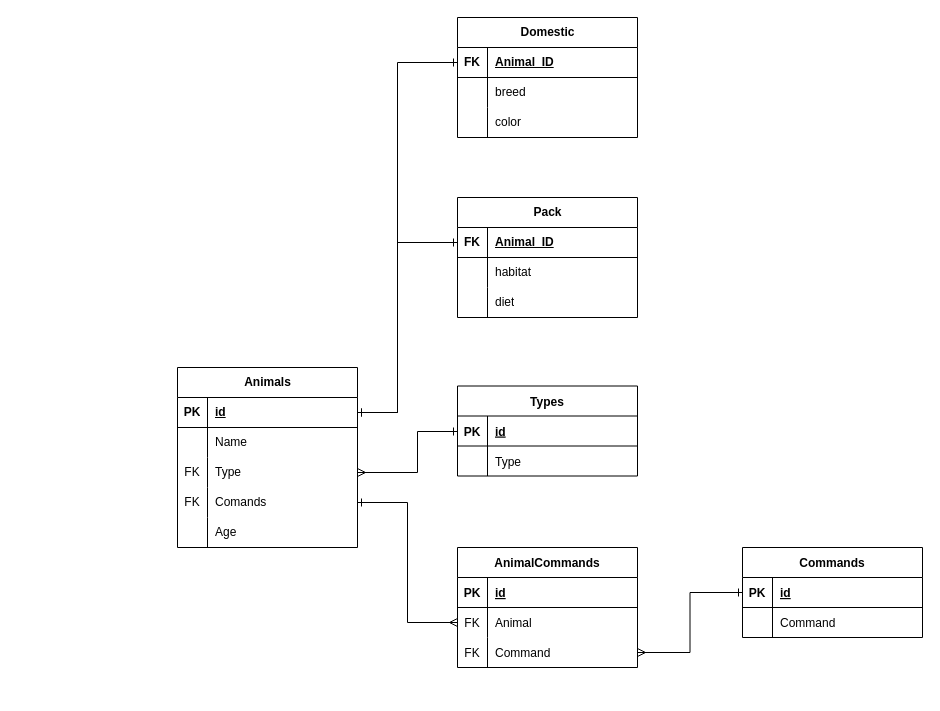
Before: DataBase_scheme.drawio in AllIWantAreNotAvailable/GeekBrains_FinalAttestationOfTheSpecializationBlock, a draw.io diagram. Source tidied: cells renumbered, new cells numbered last; positions are measured from the earlier drawing's top-left corner, leaving out a move shared by most shapes. Both pictures are drawn from the tidied source at 100%, with x=0, y=0 at pixel (177, 17).
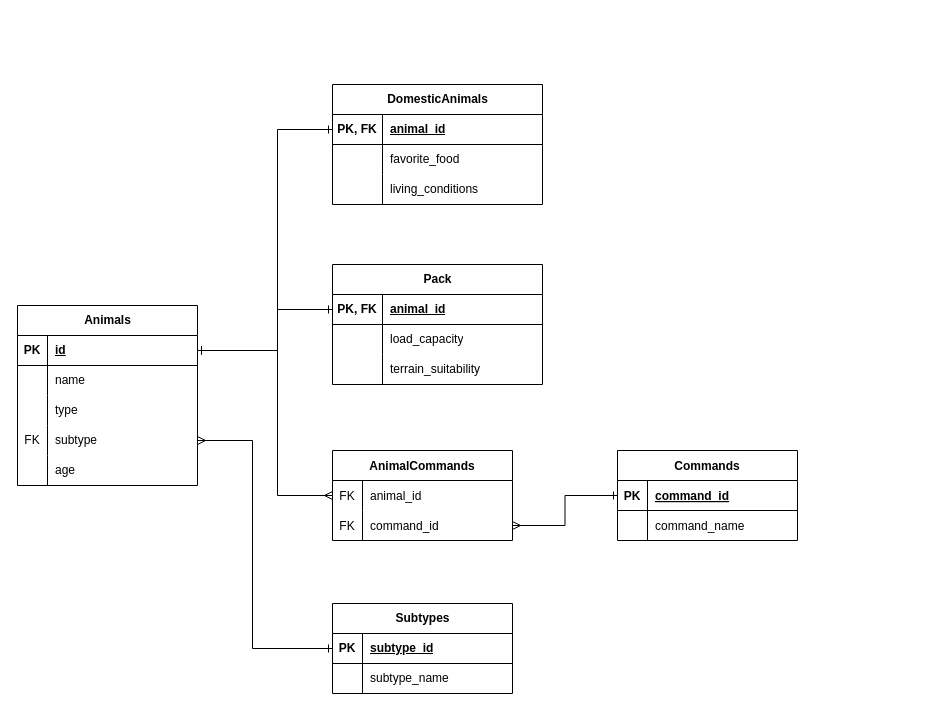
After the change.

Unchanged cells that the change refers to:
```xml
<mxCell id="23" style="shape=tableRow;horizontal=0;startSize=0;swimlaneHead=0;swimlaneBody=0;fillColor=none;points=[[0,0.5],[1,0.5]];portConstraint=eastwest;top=0;left=0;right=0;bottom=1;" parent="22" vertex="1">
  <mxGeometry y="30" width="180" height="30" as="geometry" />
</mxCell>
<mxCell id="26" style="shape=tableRow;horizontal=0;startSize=0;swimlaneHead=0;swimlaneBody=0;fillColor=none;top=0;left=0;right=0;bottom=0;" parent="22" vertex="1">
  <mxGeometry y="60" width="180" height="30" as="geometry" />
</mxCell>
<mxCell id="29" style="shape=tableRow;horizontal=0;startSize=0;swimlaneHead=0;swimlaneBody=0;fillColor=none;points=[[0,0.5],[1,0.5]];portConstraint=eastwest;top=0;left=0;right=0;bottom=0;" parent="22" vertex="1">
  <mxGeometry y="90" width="180" height="30" as="geometry" />
</mxCell>
<mxCell id="32" style="shape=tableRow;horizontal=0;startSize=0;swimlaneHead=0;swimlaneBody=0;fillColor=none;points=[[0,0.5],[1,0.5]];portConstraint=eastwest;top=0;left=0;right=0;bottom=0;" parent="22" vertex="1">
  <mxGeometry y="120" width="180" height="30" as="geometry" />
</mxCell>
<mxCell id="35" style="shape=tableRow;horizontal=0;startSize=0;swimlaneHead=0;swimlaneBody=0;fillColor=none;top=0;left=0;right=0;bottom=0;" parent="22" vertex="1">
  <mxGeometry y="150" width="180" height="30" as="geometry" />
</mxCell>
<mxCell id="60" style="shape=tableRow;horizontal=0;startSize=0;swimlaneHead=0;swimlaneBody=0;fillColor=none;points=[[0,0.5],[1,0.5]];portConstraint=eastwest;top=0;left=0;right=0;bottom=1;" parent="59" vertex="1">
  <mxGeometry y="30" width="180" height="30" as="geometry" />
</mxCell>
<mxCell id="63" style="shape=tableRow;horizontal=0;startSize=0;swimlaneHead=0;swimlaneBody=0;fillColor=none;top=0;left=0;right=0;bottom=0;" parent="59" vertex="1">
  <mxGeometry y="60" width="180" height="30" as="geometry" />
</mxCell>
```

What changed in the source:
```diff
@@
-    <mxCell id="2" value="Domestic" style="shape=table;startSize=30;childLayout=tableLayout;rowLines=0;fontStyle=1;align=center;html=1;" parent="1" vertex="1">
-      <mxGeometry x="280" width="180" height="120" as="geometry" />
+    <mxCell id="2" value="DomesticAnimals" style="shape=table;startSize=30;childLayout=tableLayout;rowLines=0;fontStyle=1;align=center;html=1;" parent="1" vertex="1">
+      <mxGeometry x="155" y="67" width="210" height="120" as="geometry" />
     </mxCell>
     <mxCell id="3" style="shape=tableRow;horizontal=0;startSize=0;swimlaneHead=0;swimlaneBody=0;fillColor=none;points=[[0,0.5],[1,0.5]];portConstraint=eastwest;top=0;left=0;right=0;bottom=1;" parent="2" vertex="1">
-      <mxGeometry y="30" width="180" height="30" as="geometry" />
+      <mxGeometry y="30" width="210" height="30" as="geometry" />
     </mxCell>
-    <mxCell id="4" value="FK" style="shape=partialRectangle;fillColor=none;top=0;left=0;bottom=0;right=0;fontStyle=1;overflow=hidden;whiteSpace=wrap;html=1;" parent="3" vertex="1">
-      <mxGeometry width="30" height="30" as="geometry" />
+    <mxCell id="4" value="PK, FK" style="shape=partialRectangle;fillColor=none;top=0;left=0;bottom=0;right=0;fontStyle=1;overflow=hidden;whiteSpace=wrap;html=1;" parent="3" vertex="1">
+      <mxGeometry width="50" height="30" as="geometry" />
     </mxCell>
-    <mxCell id="5" value="Animal_ID" style="shape=partialRectangle;fillColor=none;top=0;left=0;bottom=0;right=0;align=left;spacingLeft=6;fontStyle=5;overflow=hidden;whiteSpace=wrap;html=1;" parent="3" vertex="1">
-      <mxGeometry x="30" width="150" height="30" as="geometry" />
+    <mxCell id="5" value="animal_id" style="shape=partialRectangle;fillColor=none;top=0;left=0;bottom=0;right=0;align=left;spacingLeft=6;fontStyle=5;overflow=hidden;whiteSpace=wrap;html=1;" parent="3" vertex="1">
+      <mxGeometry x="50" width="160" height="30" as="geometry" />
     </mxCell>
     <mxCell id="6" style="shape=tableRow;horizontal=0;startSize=0;swimlaneHead=0;swimlaneBody=0;fillColor=none;top=0;left=0;right=0;bottom=0;" parent="2" vertex="1">
-      <mxGeometry y="60" width="180" height="30" as="geometry" />
+      <mxGeometry y="60" width="210" height="30" as="geometry" />
     </mxCell>
     <mxCell id="7" style="shape=partialRectangle;fillColor=none;top=0;left=0;bottom=0;right=0;overflow=hidden;whiteSpace=wrap;html=1;" parent="6" vertex="1">
-      <mxGeometry width="30" height="30" as="geometry" />
+      <mxGeometry width="50" height="30" as="geometry" />
     </mxCell>
-    <mxCell id="8" value="breed" style="shape=partialRectangle;fillColor=none;top=0;left=0;bottom=0;right=0;align=left;spacingLeft=6;overflow=hidden;whiteSpace=wrap;html=1;" parent="6" vertex="1">
-      <mxGeometry x="30" width="150" height="30" as="geometry" />
+    <mxCell id="8" value="favorite_food" style="shape=partialRectangle;fillColor=none;top=0;left=0;bottom=0;right=0;align=left;spacingLeft=6;overflow=hidden;whiteSpace=wrap;html=1;" parent="6" vertex="1">
+      <mxGeometry x="50" width="160" height="30" as="geometry" />
     </mxCell>
     <mxCell id="9" style="shape=tableRow;horizontal=0;startSize=0;swimlaneHead=0;swimlaneBody=0;fillColor=none;top=0;left=0;right=0;bottom=0;" parent="2" vertex="1">
-      <mxGeometry y="90" width="180" height="30" as="geometry" />
+      <mxGeometry y="90" width="210" height="30" as="geometry" />
     </mxCell>
     <mxCell id="10" style="shape=partialRectangle;fillColor=none;top=0;left=0;bottom=0;right=0;overflow=hidden;whiteSpace=wrap;html=1;" parent="9" vertex="1">
-      <mxGeometry width="30" height="30" as="geometry" />
+      <mxGeometry width="50" height="30" as="geometry" />
     </mxCell>
-    <mxCell id="11" value="color" style="shape=partialRectangle;fillColor=none;top=0;left=0;bottom=0;right=0;align=left;spacingLeft=6;overflow=hidden;whiteSpace=wrap;html=1;" parent="9" vertex="1">
-      <mxGeometry x="30" width="150" height="30" as="geometry" />
+    <mxCell id="11" value="living_conditions" style="shape=partialRectangle;fillColor=none;top=0;left=0;bottom=0;right=0;align=left;spacingLeft=6;overflow=hidden;whiteSpace=wrap;html=1;" parent="9" vertex="1">
+      <mxGeometry x="50" width="160" height="30" as="geometry" />
     </mxCell>
     <mxCell id="12" value="Pack" style="shape=table;startSize=30;childLayout=tableLayout;rowLines=0;fontStyle=1;align=center;html=1;" parent="1" vertex="1">
-      <mxGeometry x="280" y="180" width="180" height="120" as="geometry" />
+      <mxGeometry x="155" y="247" width="210" height="120" as="geometry" />
     </mxCell>
     <mxCell id="13" style="shape=tableRow;horizontal=0;startSize=0;swimlaneHead=0;swimlaneBody=0;fillColor=none;points=[[0,0.5],[1,0.5]];portConstraint=eastwest;top=0;left=0;right=0;bottom=1;" parent="12" vertex="1">
-      <mxGeometry y="30" width="180" height="30" as="geometry" />
+      <mxGeometry y="30" width="210" height="30" as="geometry" />
     </mxCell>
-    <mxCell id="14" value="FK" style="shape=partialRectangle;fillColor=none;top=0;left=0;bottom=0;right=0;fontStyle=1;overflow=hidden;whiteSpace=wrap;html=1;" parent="13" vertex="1">
-      <mxGeometry width="30" height="30" as="geometry" />
+    <mxCell id="14" value="PK, FK" style="shape=partialRectangle;fillColor=none;top=0;left=0;bottom=0;right=0;fontStyle=1;overflow=hidden;whiteSpace=wrap;html=1;" parent="13" vertex="1">
+      <mxGeometry width="50" height="30" as="geometry" />
     </mxCell>
-    <mxCell id="15" value="Animal_ID" style="shape=partialRectangle;fillColor=none;top=0;left=0;bottom=0;right=0;align=left;spacingLeft=6;fontStyle=5;overflow=hidden;whiteSpace=wrap;html=1;" parent="13" vertex="1">
-      <mxGeometry x="30" width="150" height="30" as="geometry" />
+    <mxCell id="15" value="animal_id" style="shape=partialRectangle;fillColor=none;top=0;left=0;bottom=0;right=0;align=left;spacingLeft=6;fontStyle=5;overflow=hidden;whiteSpace=wrap;html=1;" parent="13" vertex="1">
+      <mxGeometry x="50" width="160" height="30" as="geometry" />
     </mxCell>
     <mxCell id="16" style="shape=tableRow;horizontal=0;startSize=0;swimlaneHead=0;swimlaneBody=0;fillColor=none;top=0;left=0;right=0;bottom=0;" parent="12" vertex="1">
-      <mxGeometry y="60" width="180" height="30" as="geometry" />
+      <mxGeometry y="60" width="210" height="30" as="geometry" />
     </mxCell>
     <mxCell id="17" style="shape=partialRectangle;fillColor=none;top=0;left=0;bottom=0;right=0;overflow=hidden;whiteSpace=wrap;html=1;" parent="16" vertex="1">
-      <mxGeometry width="30" height="30" as="geometry" />
+      <mxGeometry width="50" height="30" as="geometry" />
     </mxCell>
-    <mxCell id="18" value="habitat" style="shape=partialRectangle;fillColor=none;top=0;left=0;bottom=0;right=0;align=left;spacingLeft=6;overflow=hidden;whiteSpace=wrap;html=1;" parent="16" vertex="1">
-      <mxGeometry x="30" width="150" height="30" as="geometry" />
+    <mxCell id="18" value="load_capacity" style="shape=partialRectangle;fillColor=none;top=0;left=0;bottom=0;right=0;align=left;spacingLeft=6;overflow=hidden;whiteSpace=wrap;html=1;" parent="16" vertex="1">
+      <mxGeometry x="50" width="160" height="30" as="geometry" />
     </mxCell>
     <mxCell id="19" style="shape=tableRow;horizontal=0;startSize=0;swimlaneHead=0;swimlaneBody=0;fillColor=none;top=0;left=0;right=0;bottom=0;" parent="12" vertex="1">
-      <mxGeometry y="90" width="180" height="30" as="geometry" />
+      <mxGeometry y="90" width="210" height="30" as="geometry" />
     </mxCell>
     <mxCell id="20" style="shape=partialRectangle;fillColor=none;top=0;left=0;bottom=0;right=0;overflow=hidden;whiteSpace=wrap;html=1;" parent="19" vertex="1">
-      <mxGeometry width="30" height="30" as="geometry" />
+      <mxGeometry width="50" height="30" as="geometry" />
     </mxCell>
-    <mxCell id="21" value="diet" style="shape=partialRectangle;fillColor=none;top=0;left=0;bottom=0;right=0;align=left;spacingLeft=6;overflow=hidden;whiteSpace=wrap;html=1;" parent="19" vertex="1">
-      <mxGeometry x="30" width="150" height="30" as="geometry" />
+    <mxCell id="21" value="terrain_suitability" style="shape=partialRectangle;fillColor=none;top=0;left=0;bottom=0;right=0;align=left;spacingLeft=6;overflow=hidden;whiteSpace=wrap;html=1;" parent="19" vertex="1">
+      <mxGeometry x="50" width="160" height="30" as="geometry" />
     </mxCell>
     <mxCell id="22" value="Animals" style="shape=table;startSize=30;childLayout=tableLayout;rowLines=0;fontStyle=1;align=center;html=1;" parent="1" vertex="1">
-      <mxGeometry y="350" width="180" height="180" as="geometry" />
+      <mxGeometry x="-160" y="288" width="180" height="180" as="geometry" />
     </mxCell>
@@
-    <mxCell id="28" value="Name" style="shape=partialRectangle;fillColor=none;top=0;left=0;bottom=0;right=0;align=left;spacingLeft=6;overflow=hidden;whiteSpace=wrap;html=1;" parent="26" vertex="1">
+    <mxCell id="28" value="name" style="shape=partialRectangle;fillColor=none;top=0;left=0;bottom=0;right=0;align=left;spacingLeft=6;overflow=hidden;whiteSpace=wrap;html=1;" parent="26" vertex="1">
       <mxGeometry x="30" width="150" height="30" as="geometry" />
     </mxCell>
@@
-    <mxCell id="30" value="FK" style="shape=partialRectangle;fillColor=none;top=0;left=0;bottom=0;right=0;overflow=hidden;whiteSpace=wrap;html=1;" parent="29" vertex="1">
+    <mxCell id="30" style="shape=partialRectangle;fillColor=none;top=0;left=0;bottom=0;right=0;overflow=hidden;whiteSpace=wrap;html=1;" parent="29" vertex="1">
       <mxGeometry width="30" height="30" as="geometry" />
     </mxCell>
-    <mxCell id="31" value="Type" style="shape=partialRectangle;fillColor=none;top=0;left=0;bottom=0;right=0;align=left;spacingLeft=6;overflow=hidden;whiteSpace=wrap;html=1;" parent="29" vertex="1">
+    <mxCell id="31" value="type" style="shape=partialRectangle;fillColor=none;top=0;left=0;bottom=0;right=0;align=left;spacingLeft=6;overflow=hidden;whiteSpace=wrap;html=1;" parent="29" vertex="1">
       <mxGeometry x="30" width="150" height="30" as="geometry" />
     </mxCell>
@@
-    <mxCell id="34" value="Comands" style="shape=partialRectangle;fillColor=none;top=0;left=0;bottom=0;right=0;align=left;spacingLeft=6;overflow=hidden;whiteSpace=wrap;html=1;" parent="32" vertex="1">
-      <mxGeometry x="30" width="150" height="30" as="geometry" />
-    </mxCell>
+    <mxCell id="67" value="subtype" style="shape=partialRectangle;fillColor=none;top=0;left=0;bottom=0;right=0;align=left;spacingLeft=6;overflow=hidden;whiteSpace=wrap;html=1;" parent="32" vertex="1">
+      <mxGeometry x="30" width="150" height="30" as="geometry" />
+    </mxCell>
@@
-    <mxCell id="37" value="Age" style="shape=partialRectangle;fillColor=none;top=0;left=0;bottom=0;right=0;align=left;spacingLeft=6;overflow=hidden;whiteSpace=wrap;html=1;" parent="35" vertex="1">
+    <mxCell id="37" value="age" style="shape=partialRectangle;fillColor=none;top=0;left=0;bottom=0;right=0;align=left;spacingLeft=6;overflow=hidden;whiteSpace=wrap;html=1;" parent="35" vertex="1">
       <mxGeometry x="30" width="150" height="30" as="geometry" />
     </mxCell>
-    <mxCell id="38" value="Types" style="shape=table;startSize=30;childLayout=tableLayout;rowLines=0;fontStyle=1;align=center;" parent="1" vertex="1">
-      <mxGeometry x="280" y="368.5" width="180" height="90" as="geometry" />
-    </mxCell>
-    <mxCell id="39" style="shape=tableRow;horizontal=0;startSize=0;swimlaneHead=0;swimlaneBody=0;fillColor=none;points=[[0,0.5],[1,0.5]];portConstraint=eastwest;top=0;left=0;right=0;bottom=1;" parent="38" vertex="1">
-      <mxGeometry y="30" width="180" height="30" as="geometry" />
-    </mxCell>
-    <mxCell id="40" value="PK" style="shape=partialRectangle;fillColor=none;top=0;left=0;bottom=0;right=0;fontStyle=1;overflow=hidden;" parent="39" vertex="1">
-      <mxGeometry width="30" height="30" as="geometry" />
-    </mxCell>
-    <mxCell id="41" value="id" style="shape=partialRectangle;fillColor=none;top=0;left=0;bottom=0;right=0;align=left;spacingLeft=6;fontStyle=5;overflow=hidden;" parent="39" vertex="1">
-      <mxGeometry x="30" width="150" height="30" as="geometry" />
-    </mxCell>
-    <mxCell id="42" style="shape=tableRow;horizontal=0;startSize=0;swimlaneHead=0;swimlaneBody=0;fillColor=none;top=0;left=0;right=0;bottom=0;" parent="38" vertex="1">
-      <mxGeometry y="60" width="180" height="30" as="geometry" />
-    </mxCell>
-    <mxCell id="43" style="shape=partialRectangle;fillColor=none;top=0;left=0;bottom=0;right=0;overflow=hidden;" parent="42" vertex="1">
-      <mxGeometry width="30" height="30" as="geometry" />
-    </mxCell>
-    <mxCell id="44" value="Type" style="shape=partialRectangle;fillColor=none;top=0;left=0;bottom=0;right=0;align=left;spacingLeft=6;overflow=hidden;" parent="42" vertex="1">
-      <mxGeometry x="30" width="150" height="30" as="geometry" />
-    </mxCell>
-    <mxCell id="45" style="edgeStyle=orthogonalEdgeStyle;rounded=0;jettySize=auto;html=1;endArrow=ERone;endFill=0;startArrow=ERmany;startFill=0;" parent="1" edge="1" source="29" target="39">
-      <mxGeometry relative="1" as="geometry">
-        <Array as="points">
-          <mxPoint x="240" y="455" />
-          <mxPoint x="240" y="414" />
-        </Array>
-      </mxGeometry>
-    </mxCell>
-    <mxCell id="46" style="edgeStyle=orthogonalEdgeStyle;rounded=0;jettySize=auto;html=1;entryX=0;entryY=0.5;entryDx=0;entryDy=0;startArrow=ERone;startFill=0;endArrow=ERone;endFill=0;" parent="1" edge="1" source="23" target="3">
+    <mxCell id="46" style="edgeStyle=orthogonalEdgeStyle;rounded=0;jettySize=auto;html=1;entryX=0;entryY=0.5;entryDx=0;entryDy=0;startArrow=ERone;startFill=0;endArrow=ERone;endFill=0;exitX=1;exitY=0.5;exitDx=0;exitDy=0;" parent="1" edge="1" source="23" target="3">
       <mxGeometry relative="1" as="geometry">
         <Array as="points">
-          <mxPoint x="220" y="395" />
-          <mxPoint x="220" y="45" />
+          <mxPoint x="20" y="333" />
+          <mxPoint x="100" y="333" />
+          <mxPoint x="100" y="112" />
         </Array>
       </mxGeometry>
     </mxCell>
-    <mxCell id="47" style="edgeStyle=orthogonalEdgeStyle;rounded=0;jettySize=auto;html=1;entryX=0;entryY=0.5;entryDx=0;entryDy=0;startArrow=ERone;startFill=0;endArrow=ERone;endFill=0;" parent="1" edge="1" source="23" target="13">
+    <mxCell id="47" style="edgeStyle=orthogonalEdgeStyle;rounded=0;jettySize=auto;html=1;entryX=0;entryY=0.5;entryDx=0;entryDy=0;startArrow=ERone;startFill=0;endArrow=ERone;endFill=0;exitX=1;exitY=0.5;exitDx=0;exitDy=0;" parent="1" edge="1" source="23" target="13">
       <mxGeometry relative="1" as="geometry">
         <Array as="points">
-          <mxPoint x="220" y="395" />
-          <mxPoint x="220" y="225" />
+          <mxPoint x="20" y="333" />
+          <mxPoint x="100" y="333" />
+          <mxPoint x="100" y="292" />
         </Array>
       </mxGeometry>
     </mxCell>
     <mxCell id="48" value="AnimalCommands" style="shape=table;startSize=30;childLayout=tableLayout;rowLines=0;fontStyle=1;align=center;" parent="1" vertex="1">
-      <mxGeometry x="280" y="530" width="180" height="120" as="geometry" />
+      <mxGeometry x="155" y="433" width="180" height="90" as="geometry" />
     </mxCell>
-    <mxCell id="49" style="shape=tableRow;horizontal=0;startSize=0;swimlaneHead=0;swimlaneBody=0;fillColor=none;top=0;left=0;right=0;bottom=1;" parent="48" vertex="1">
-      <mxGeometry y="30" width="180" height="30" as="geometry" />
-    </mxCell>
-    <mxCell id="50" value="PK" style="shape=partialRectangle;fillColor=none;top=0;left=0;bottom=0;right=0;fontStyle=1;overflow=hidden;" parent="49" vertex="1">
-      <mxGeometry width="30" height="30" as="geometry" />
-    </mxCell>
-    <mxCell id="51" value="id" style="shape=partialRectangle;fillColor=none;top=0;left=0;bottom=0;right=0;align=left;spacingLeft=6;fontStyle=5;overflow=hidden;" parent="49" vertex="1">
-      <mxGeometry x="30" width="150" height="30" as="geometry" />
-    </mxCell>
     <mxCell id="52" style="shape=tableRow;horizontal=0;startSize=0;swimlaneHead=0;swimlaneBody=0;fillColor=none;points=[[0,0.5],[1,0.5]];portConstraint=eastwest;top=0;left=0;right=0;bottom=0;" parent="48" vertex="1">
-      <mxGeometry y="60" width="180" height="30" as="geometry" />
+      <mxGeometry y="30" width="180" height="30" as="geometry" />
     </mxCell>
@@
-    <mxCell id="54" value="Animal" style="shape=partialRectangle;fillColor=none;top=0;left=0;bottom=0;right=0;align=left;spacingLeft=6;overflow=hidden;" parent="52" vertex="1">
+    <mxCell id="54" value="animal_id" style="shape=partialRectangle;fillColor=none;top=0;left=0;bottom=0;right=0;align=left;spacingLeft=6;overflow=hidden;" parent="52" vertex="1">
       <mxGeometry x="30" width="150" height="30" as="geometry" />
     </mxCell>
     <mxCell id="55" style="shape=tableRow;horizontal=0;startSize=0;swimlaneHead=0;swimlaneBody=0;fillColor=none;points=[[0,0.5],[1,0.5]];portConstraint=eastwest;top=0;left=0;right=0;bottom=0;" parent="48" vertex="1">
-      <mxGeometry y="90" width="180" height="30" as="geometry" />
+      <mxGeometry y="60" width="180" height="30" as="geometry" />
     </mxCell>
@@
-    <mxCell id="57" value="Command" style="shape=partialRectangle;fillColor=none;top=0;left=0;bottom=0;right=0;align=left;spacingLeft=6;overflow=hidden;" parent="55" vertex="1">
+    <mxCell id="57" value="command_id" style="shape=partialRectangle;fillColor=none;top=0;left=0;bottom=0;right=0;align=left;spacingLeft=6;overflow=hidden;" parent="55" vertex="1">
       <mxGeometry x="30" width="150" height="30" as="geometry" />
     </mxCell>
-    <mxCell id="58" style="edgeStyle=orthogonalEdgeStyle;rounded=0;jettySize=auto;html=1;entryX=0;entryY=0.5;entryDx=0;entryDy=0;startArrow=ERone;startFill=0;endArrow=ERmany;endFill=0;" parent="1" edge="1" source="32" target="52">
-      <mxGeometry relative="1" as="geometry" />
+    <mxCell id="58" style="edgeStyle=orthogonalEdgeStyle;rounded=0;jettySize=auto;html=1;entryX=0;entryY=0.5;entryDx=0;entryDy=0;startArrow=ERone;startFill=0;endArrow=ERmany;endFill=0;exitX=1;exitY=0.5;exitDx=0;exitDy=0;" parent="1" edge="1" source="23" target="52">
+      <mxGeometry relative="1" as="geometry">
+        <Array as="points">
+          <mxPoint x="100" y="333" />
+          <mxPoint x="100" y="478" />
+        </Array>
+      </mxGeometry>
     </mxCell>
     <mxCell id="59" value="Commands" style="shape=table;startSize=30;childLayout=tableLayout;rowLines=0;fontStyle=1;align=center;" parent="1" vertex="1">
-      <mxGeometry x="565" y="530" width="180" height="90" as="geometry" />
+      <mxGeometry x="440" y="433" width="180" height="90" as="geometry" />
     </mxCell>
@@
-    <mxCell id="62" value="id" style="shape=partialRectangle;fillColor=none;top=0;left=0;bottom=0;right=0;align=left;spacingLeft=6;fontStyle=5;overflow=hidden;" parent="60" vertex="1">
+    <mxCell id="62" value="command_id" style="shape=partialRectangle;fillColor=none;top=0;left=0;bottom=0;right=0;align=left;spacingLeft=6;fontStyle=5;overflow=hidden;" parent="60" vertex="1">
       <mxGeometry x="30" width="150" height="30" as="geometry" />
     </mxCell>
@@
-    <mxCell id="65" value="Command" style="shape=partialRectangle;fillColor=none;top=0;left=0;bottom=0;right=0;align=left;spacingLeft=6;overflow=hidden;" parent="63" vertex="1">
+    <mxCell id="65" value="command_name" style="shape=partialRectangle;fillColor=none;top=0;left=0;bottom=0;right=0;align=left;spacingLeft=6;overflow=hidden;" parent="63" vertex="1">
       <mxGeometry x="30" width="150" height="30" as="geometry" />
     </mxCell>
@@
+    <mxCell id="68" style="edgeStyle=orthogonalEdgeStyle;rounded=0;jettySize=auto;html=1;entryX=1;entryY=0.5;entryDx=0;entryDy=0;startArrow=ERone;startFill=0;endArrow=ERmany;endFill=0;" parent="1" edge="1" source="69" target="32">
+      <mxGeometry relative="1" as="geometry">
+        <Array as="points">
+          <mxPoint x="75" y="631" />
+          <mxPoint x="75" y="423" />
+        </Array>
+      </mxGeometry>
+    </mxCell>
+    <mxCell id="69" value="Subtypes" style="shape=table;startSize=30;childLayout=tableLayout;rowLines=0;fontStyle=1;align=center;html=1;" parent="1" vertex="1">
+      <mxGeometry x="155" y="586" width="180" height="90" as="geometry" />
+    </mxCell>
+    <mxCell id="70" style="shape=tableRow;horizontal=0;startSize=0;swimlaneHead=0;swimlaneBody=0;fillColor=none;top=0;left=0;right=0;bottom=1;" parent="69" vertex="1">
+      <mxGeometry y="30" width="180" height="30" as="geometry" />
+    </mxCell>
+    <mxCell id="71" value="PK" style="shape=partialRectangle;fillColor=none;top=0;left=0;bottom=0;right=0;fontStyle=1;overflow=hidden;whiteSpace=wrap;html=1;" parent="70" vertex="1">
+      <mxGeometry width="30" height="30" as="geometry" />
+    </mxCell>
+    <mxCell id="72" value="subtype_id" style="shape=partialRectangle;fillColor=none;top=0;left=0;bottom=0;right=0;align=left;spacingLeft=6;fontStyle=5;overflow=hidden;whiteSpace=wrap;html=1;" parent="70" vertex="1">
+      <mxGeometry x="30" width="150" height="30" as="geometry" />
+    </mxCell>
+    <mxCell id="42" style="shape=tableRow;horizontal=0;startSize=0;swimlaneHead=0;swimlaneBody=0;fillColor=none;top=0;left=0;right=0;bottom=0;" parent="69" vertex="1">
+      <mxGeometry y="60" width="180" height="30" as="geometry" />
+    </mxCell>
+    <mxCell id="73" style="shape=partialRectangle;fillColor=none;top=0;left=0;bottom=0;right=0;overflow=hidden;whiteSpace=wrap;html=1;" parent="42" vertex="1">
+      <mxGeometry width="30" height="30" as="geometry" />
+    </mxCell>
+    <mxCell id="74" value="subtype_name" style="shape=partialRectangle;fillColor=none;top=0;left=0;bottom=0;right=0;align=left;spacingLeft=6;overflow=hidden;whiteSpace=wrap;html=1;" parent="42" vertex="1">
+      <mxGeometry x="30" width="150" height="30" as="geometry" />
+    </mxCell>
```
